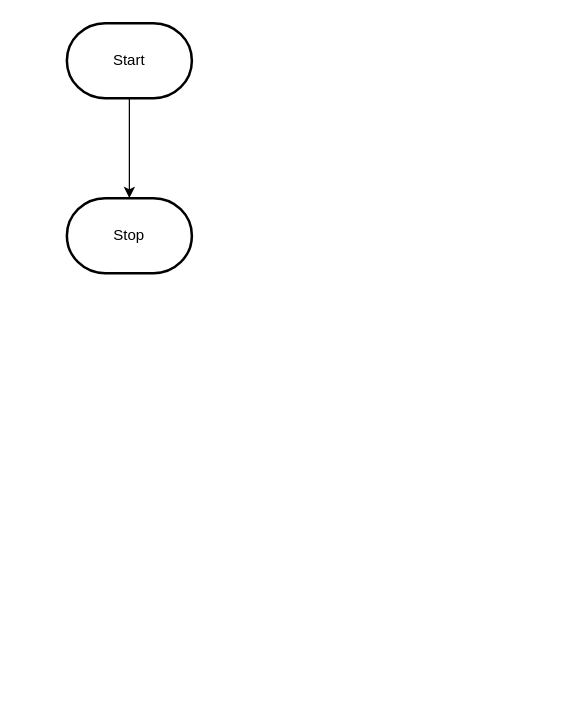
Above: design/flowchart.drawio in MTHS-ICD2O-1-2023/ICD2O-Unit-5-04-Adam-Batiuk (draw.io), before the change. Source tidied: cells renumbered, new cells numbered last; positions are measured from the earlier drawing's top-left corner, leaving out a move shared by most shapes. Both pictures are drawn from the tidied source at 125%, with x=0, y=0 at pixel (66, 22).
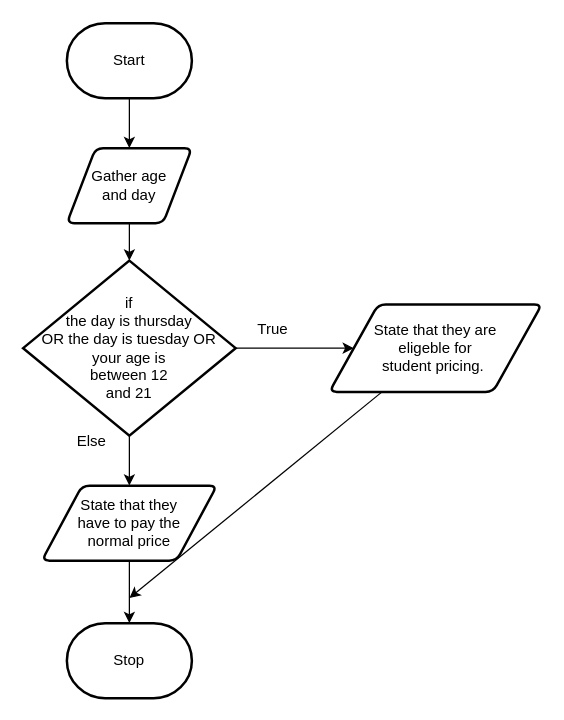
Above is the later version.

What changed in the source:
```diff
@@
 <mxGraphModel>
   <root>
     <mxCell id="0" />
     <mxCell id="1" parent="0" />
-    <mxCell id="2" style="edgeStyle=orthogonalEdgeStyle;html=1;rounded=0;" parent="1" edge="1" source="3" target="4">
-      <mxGeometry relative="1" as="geometry" />
-    </mxCell>
+    <mxCell id="5" style="edgeStyle=none;html=1;" parent="1" edge="1" source="3" target="2">
+      <mxGeometry relative="1" as="geometry" />
+    </mxCell>
     <mxCell id="3" value="Start" style="strokeWidth=2;html=1;shape=mxgraph.flowchart.terminator;whiteSpace=wrap;" parent="1" vertex="1">
       <mxGeometry width="100" height="60" as="geometry" />
     </mxCell>
     <mxCell id="4" value="Stop" style="strokeWidth=2;html=1;shape=mxgraph.flowchart.terminator;whiteSpace=wrap;" parent="1" vertex="1">
-      <mxGeometry y="140" width="100" height="60" as="geometry" />
+      <mxGeometry y="480" width="100" height="60" as="geometry" />
     </mxCell>
+    <mxCell id="6" style="edgeStyle=none;html=1;exitX=0.5;exitY=1;exitDx=0;exitDy=0;" parent="1" edge="1" source="2" target="9">
+      <mxGeometry relative="1" as="geometry" />
+    </mxCell>
+    <mxCell id="2" value="Gather age &lt;br&gt;and day" style="shape=parallelogram;html=1;strokeWidth=2;perimeter=parallelogramPerimeter;whiteSpace=wrap;rounded=1;arcSize=12;size=0.23;" parent="1" vertex="1">
+      <mxGeometry y="100" width="100" height="60" as="geometry" />
+    </mxCell>
+    <mxCell id="7" style="edgeStyle=none;html=1;" parent="1" edge="1" source="9" target="11">
+      <mxGeometry relative="1" as="geometry" />
+    </mxCell>
+    <mxCell id="8" style="edgeStyle=none;html=1;" parent="1" edge="1" source="9" target="13">
+      <mxGeometry relative="1" as="geometry" />
+    </mxCell>
+    <mxCell id="9" value="if&lt;br&gt;the day is thursday &lt;br&gt;OR the day is tuesday OR &lt;br&gt;your age is &lt;br&gt;between 12 &lt;br&gt;and 21" style="strokeWidth=2;html=1;shape=mxgraph.flowchart.decision;whiteSpace=wrap;" parent="1" vertex="1">
+      <mxGeometry x="-35" y="190" width="170" height="140" as="geometry" />
+    </mxCell>
+    <mxCell id="10" style="edgeStyle=none;html=1;" parent="1" edge="1" source="11">
+      <mxGeometry relative="1" as="geometry">
+        <mxPoint x="50" y="460" as="targetPoint" />
+      </mxGeometry>
+    </mxCell>
+    <mxCell id="11" value="State that they are &lt;br&gt;eligeble for &lt;br&gt;student pricing.&amp;nbsp;" style="shape=parallelogram;html=1;strokeWidth=2;perimeter=parallelogramPerimeter;whiteSpace=wrap;rounded=1;arcSize=12;size=0.23;" parent="1" vertex="1">
+      <mxGeometry x="210" y="225" width="170" height="70" as="geometry" />
+    </mxCell>
+    <mxCell id="12" style="edgeStyle=none;html=1;" parent="1" edge="1" source="13" target="4">
+      <mxGeometry relative="1" as="geometry" />
+    </mxCell>
+    <mxCell id="13" value="State that they &lt;br&gt;have to pay the &lt;br&gt;normal price" style="shape=parallelogram;html=1;strokeWidth=2;perimeter=parallelogramPerimeter;whiteSpace=wrap;rounded=1;arcSize=12;size=0.23;" parent="1" vertex="1">
+      <mxGeometry x="-20" y="370" width="140" height="60" as="geometry" />
+    </mxCell>
+    <mxCell id="14" value="True" style="text;html=1;strokeColor=none;fillColor=none;align=center;verticalAlign=middle;whiteSpace=wrap;rounded=0;" parent="1" vertex="1">
+      <mxGeometry x="135" y="230" width="60" height="30" as="geometry" />
+    </mxCell>
+    <mxCell id="15" value="Else" style="text;html=1;strokeColor=none;fillColor=none;align=center;verticalAlign=middle;whiteSpace=wrap;rounded=0;" parent="1" vertex="1">
+      <mxGeometry x="-10" y="320" width="60" height="30" as="geometry" />
+    </mxCell>
   </root>
 </mxGraphModel>
```
